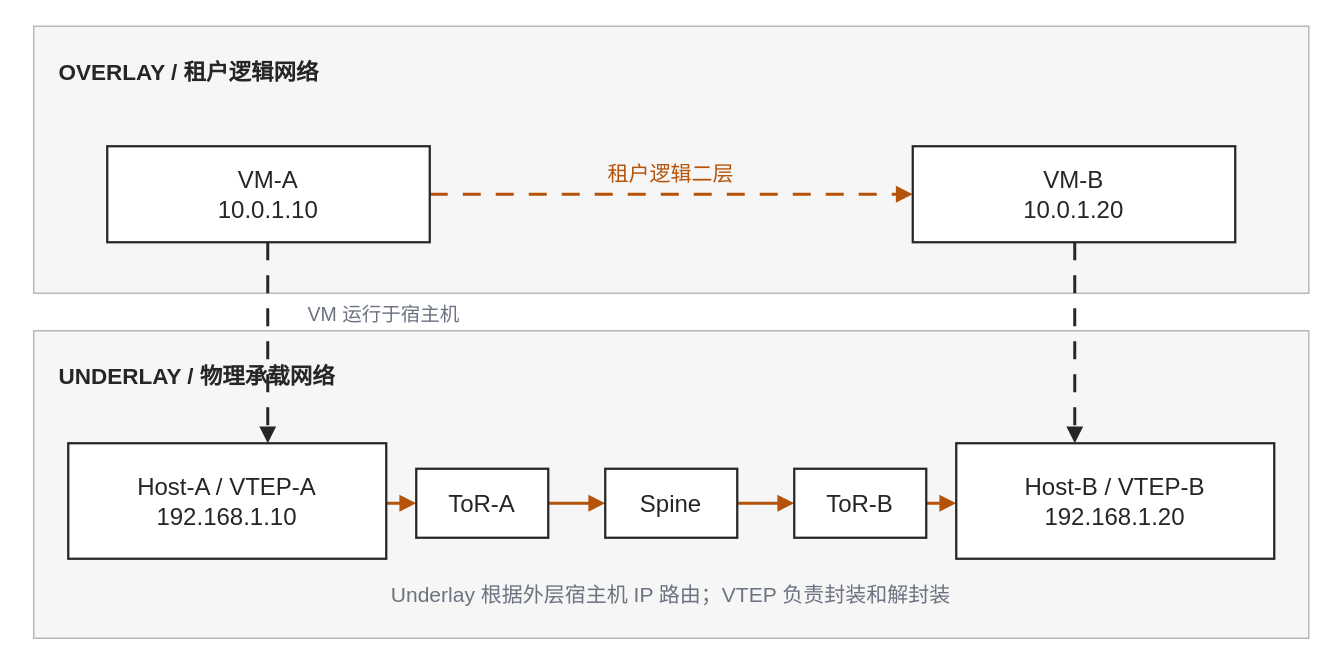
Above: diagrams/overlay-underlay.drawio in cafebeef1/cafebeef1.github.io (draw.io), before the change. Source tidied: cells renumbered, new cells numbered last; positions are measured from the earlier drawing's top-left corner, leaving out a move shared by most shapes. Both pictures are drawn from the tidied source at 150%, with x=0, y=0 at pixel (33, 26).
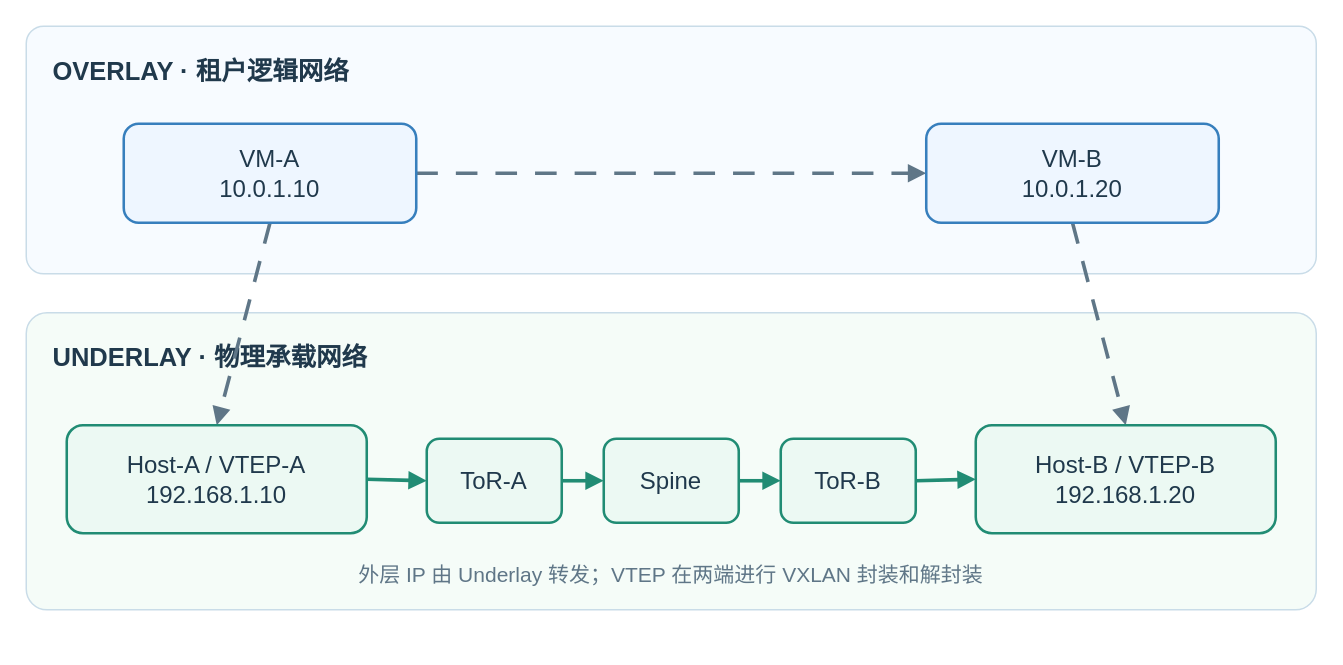
After the change.

Change to the diagram source:
```diff
@@
-    <mxCell id="2" value="OVERLAY  /  租户逻辑网络" style="rounded=0;whiteSpace=wrap;html=0;fillColor=#f6f6f6;strokeColor=#b8b8b8;strokeWidth=1;align=left;verticalAlign=top;spacingTop=15;spacingLeft=15;fontStyle=1;fontSize=15;fontColor=#262626;" parent="1" vertex="1">
-      <mxGeometry width="850" height="178" as="geometry" />
+    <mxCell id="2" value="OVERLAY · 租户逻辑网络" style="rounded=1;arcSize=7;whiteSpace=wrap;fillColor=#f7fbff;strokeColor=#c9dce8;fontSize=17;fontStyle=1;fontColor=#20394c;verticalAlign=top;align=left;spacingTop=14;spacingLeft=16;strokeWidth=1;" parent="1" vertex="1">
+      <mxGeometry x="-5" width="860" height="165" as="geometry" />
     </mxCell>
-    <mxCell id="3" value="UNDERLAY  /  物理承载网络" style="rounded=0;whiteSpace=wrap;html=0;fillColor=#f6f6f6;strokeColor=#b8b8b8;strokeWidth=1;align=left;verticalAlign=top;spacingTop=15;spacingLeft=15;fontStyle=1;fontSize=15;fontColor=#262626;" parent="1" vertex="1">
-      <mxGeometry y="203" width="850" height="205" as="geometry" />
+    <mxCell id="3" value="UNDERLAY · 物理承载网络" style="rounded=1;arcSize=7;whiteSpace=wrap;fillColor=#f5fcf8;strokeColor=#c9dce8;fontSize=17;fontStyle=1;fontColor=#20394c;verticalAlign=top;align=left;spacingTop=14;spacingLeft=16;strokeWidth=1;" parent="1" vertex="1">
+      <mxGeometry x="-5" y="191" width="860" height="198" as="geometry" />
     </mxCell>
-    <mxCell id="4" style="edgeStyle=none;html=0;rounded=0;strokeColor=#b45309;strokeWidth=2;dashed=1;dashPattern=6 5;endArrow=block;endFill=1;" parent="1" edge="1">
+    <mxCell id="4" style="edgeStyle=none;rounded=1;html=0;strokeColor=#5f7687;strokeWidth=2.4;dashed=1;dashPattern=6 5;endArrow=block;endFill=1;" parent="1" edge="1">
       <mxGeometry relative="1" as="geometry">
-        <mxPoint x="264" y="112" as="sourcePoint" />
-        <mxPoint x="586" y="112" as="targetPoint" />
+        <mxPoint x="255" y="98" as="sourcePoint" />
+        <mxPoint x="595" y="98" as="targetPoint" />
       </mxGeometry>
     </mxCell>
-    <mxCell id="5" style="edgeStyle=none;html=0;rounded=0;strokeColor=#262626;strokeWidth=2;dashed=1;dashPattern=6 5;endArrow=block;endFill=1;" parent="1" edge="1">
+    <mxCell id="5" style="edgeStyle=none;rounded=1;html=0;strokeColor=#5f7687;strokeWidth=2.4;dashed=1;dashPattern=6 5;endArrow=block;endFill=1;" parent="1" edge="1">
       <mxGeometry relative="1" as="geometry">
-        <mxPoint x="156" y="144" as="sourcePoint" />
-        <mxPoint x="156" y="278" as="targetPoint" />
+        <mxPoint x="157.5" y="131" as="sourcePoint" />
+        <mxPoint x="122" y="266" as="targetPoint" />
       </mxGeometry>
     </mxCell>
-    <mxCell id="6" style="edgeStyle=none;html=0;rounded=0;strokeColor=#262626;strokeWidth=2;dashed=1;dashPattern=6 5;endArrow=block;endFill=1;" parent="1" edge="1">
+    <mxCell id="6" style="edgeStyle=none;rounded=1;html=0;strokeColor=#5f7687;strokeWidth=2.4;dashed=1;dashPattern=6 5;endArrow=block;endFill=1;" parent="1" edge="1">
       <mxGeometry relative="1" as="geometry">
-        <mxPoint x="694" y="144" as="sourcePoint" />
-        <mxPoint x="694" y="278" as="targetPoint" />
+        <mxPoint x="692.5" y="131" as="sourcePoint" />
+        <mxPoint x="728" y="266" as="targetPoint" />
       </mxGeometry>
     </mxCell>
-    <mxCell id="7" style="edgeStyle=none;html=0;rounded=0;strokeColor=#b45309;strokeWidth=2;endArrow=block;endFill=1;" parent="1" edge="1">
+    <mxCell id="7" style="edgeStyle=none;rounded=1;html=0;strokeColor=#218c74;strokeWidth=2.4;endArrow=block;endFill=1;" parent="1" edge="1">
       <mxGeometry relative="1" as="geometry">
-        <mxPoint x="235" y="318" as="sourcePoint" />
-        <mxPoint x="255" y="318" as="targetPoint" />
+        <mxPoint x="222" y="302" as="sourcePoint" />
+        <mxPoint x="262" y="303" as="targetPoint" />
       </mxGeometry>
     </mxCell>
-    <mxCell id="8" style="edgeStyle=none;html=0;rounded=0;strokeColor=#b45309;strokeWidth=2;endArrow=block;endFill=1;" parent="1" edge="1">
+    <mxCell id="8" style="edgeStyle=none;rounded=1;html=0;strokeColor=#218c74;strokeWidth=2.4;endArrow=block;endFill=1;" parent="1" edge="1">
       <mxGeometry relative="1" as="geometry">
-        <mxPoint x="343" y="318" as="sourcePoint" />
-        <mxPoint x="381" y="318" as="targetPoint" />
+        <mxPoint x="352" y="303" as="sourcePoint" />
+        <mxPoint x="380" y="303" as="targetPoint" />
       </mxGeometry>
     </mxCell>
-    <mxCell id="9" style="edgeStyle=none;html=0;rounded=0;strokeColor=#b45309;strokeWidth=2;endArrow=block;endFill=1;" parent="1" edge="1">
+    <mxCell id="9" style="edgeStyle=none;rounded=1;html=0;strokeColor=#218c74;strokeWidth=2.4;endArrow=block;endFill=1;" parent="1" edge="1">
       <mxGeometry relative="1" as="geometry">
-        <mxPoint x="469" y="318" as="sourcePoint" />
-        <mxPoint x="507" y="318" as="targetPoint" />
+        <mxPoint x="470" y="303" as="sourcePoint" />
+        <mxPoint x="498" y="303" as="targetPoint" />
       </mxGeometry>
     </mxCell>
-    <mxCell id="10" style="edgeStyle=none;html=0;rounded=0;strokeColor=#b45309;strokeWidth=2;endArrow=block;endFill=1;" parent="1" edge="1">
+    <mxCell id="10" style="edgeStyle=none;rounded=1;html=0;strokeColor=#218c74;strokeWidth=2.4;endArrow=block;endFill=1;" parent="1" edge="1">
       <mxGeometry relative="1" as="geometry">
-        <mxPoint x="595" y="318" as="sourcePoint" />
-        <mxPoint x="615" y="318" as="targetPoint" />
+        <mxPoint x="588" y="303" as="sourcePoint" />
+        <mxPoint x="628" y="302" as="targetPoint" />
       </mxGeometry>
     </mxCell>
-    <mxCell id="11" value="VM-A&#10;10.0.1.10" style="rounded=0;whiteSpace=wrap;html=0;fillColor=#fff;strokeColor=#262626;strokeWidth=1.5;fontSize=16;fontColor=#262626;align=center;verticalAlign=middle;spacing=5;" parent="1" vertex="1">
-      <mxGeometry x="49" y="80" width="215" height="64" as="geometry" />
+    <mxCell id="11" value="VM-A&#10;10.0.1.10" style="rounded=1;arcSize=15;whiteSpace=wrap;html=0;fillColor=#eef6ff;strokeColor=#377fbd;strokeWidth=1.7;fontSize=16;fontColor=#20394c;align=center;verticalAlign=middle;spacing=5;" parent="1" vertex="1">
+      <mxGeometry x="60" y="65" width="195" height="66" as="geometry" />
     </mxCell>
-    <mxCell id="12" value="VM-B&#10;10.0.1.20" style="rounded=0;whiteSpace=wrap;html=0;fillColor=#fff;strokeColor=#262626;strokeWidth=1.5;fontSize=16;fontColor=#262626;align=center;verticalAlign=middle;spacing=5;" parent="1" vertex="1">
-      <mxGeometry x="586" y="80" width="215" height="64" as="geometry" />
+    <mxCell id="12" value="VM-B&#10;10.0.1.20" style="rounded=1;arcSize=15;whiteSpace=wrap;html=0;fillColor=#eef6ff;strokeColor=#377fbd;strokeWidth=1.7;fontSize=16;fontColor=#20394c;align=center;verticalAlign=middle;spacing=5;" parent="1" vertex="1">
+      <mxGeometry x="595" y="65" width="195" height="66" as="geometry" />
     </mxCell>
-    <mxCell id="13" value="Host-A / VTEP-A&#10;192.168.1.10" style="rounded=0;whiteSpace=wrap;html=0;fillColor=#fff;strokeColor=#262626;strokeWidth=1.5;fontSize=16;fontColor=#262626;align=center;verticalAlign=middle;spacing=5;" parent="1" vertex="1">
-      <mxGeometry x="23" y="278" width="212" height="77" as="geometry" />
+    <mxCell id="13" value="Host-A / VTEP-A&#10;192.168.1.10" style="rounded=1;arcSize=15;whiteSpace=wrap;html=0;fillColor=#ecf9f3;strokeColor=#218c74;strokeWidth=1.7;fontSize=16;fontColor=#20394c;align=center;verticalAlign=middle;spacing=5;" parent="1" vertex="1">
+      <mxGeometry x="22" y="266" width="200" height="72" as="geometry" />
     </mxCell>
-    <mxCell id="14" value="Host-B / VTEP-B&#10;192.168.1.20" style="rounded=0;whiteSpace=wrap;html=0;fillColor=#fff;strokeColor=#262626;strokeWidth=1.5;fontSize=16;fontColor=#262626;align=center;verticalAlign=middle;spacing=5;" parent="1" vertex="1">
-      <mxGeometry x="615" y="278" width="212" height="77" as="geometry" />
+    <mxCell id="14" value="ToR-A" style="rounded=1;arcSize=15;whiteSpace=wrap;html=0;fillColor=#ecf9f3;strokeColor=#218c74;strokeWidth=1.7;fontSize=16;fontColor=#20394c;align=center;verticalAlign=middle;spacing=5;" parent="1" vertex="1">
+      <mxGeometry x="262" y="275" width="90" height="56" as="geometry" />
     </mxCell>
-    <mxCell id="15" value="ToR-A" style="rounded=0;whiteSpace=wrap;html=0;fillColor=#fff;strokeColor=#262626;strokeWidth=1.5;fontSize=16;fontColor=#262626;align=center;verticalAlign=middle;spacing=5;" parent="1" vertex="1">
-      <mxGeometry x="255" y="295" width="88" height="46" as="geometry" />
+    <mxCell id="15" value="Spine" style="rounded=1;arcSize=15;whiteSpace=wrap;html=0;fillColor=#ecf9f3;strokeColor=#218c74;strokeWidth=1.7;fontSize=16;fontColor=#20394c;align=center;verticalAlign=middle;spacing=5;" parent="1" vertex="1">
+      <mxGeometry x="380" y="275" width="90" height="56" as="geometry" />
     </mxCell>
-    <mxCell id="16" value="Spine" style="rounded=0;whiteSpace=wrap;html=0;fillColor=#fff;strokeColor=#262626;strokeWidth=1.5;fontSize=16;fontColor=#262626;align=center;verticalAlign=middle;spacing=5;" parent="1" vertex="1">
-      <mxGeometry x="381" y="295" width="88" height="46" as="geometry" />
+    <mxCell id="16" value="ToR-B" style="rounded=1;arcSize=15;whiteSpace=wrap;html=0;fillColor=#ecf9f3;strokeColor=#218c74;strokeWidth=1.7;fontSize=16;fontColor=#20394c;align=center;verticalAlign=middle;spacing=5;" parent="1" vertex="1">
+      <mxGeometry x="498" y="275" width="90" height="56" as="geometry" />
     </mxCell>
-    <mxCell id="17" value="ToR-B" style="rounded=0;whiteSpace=wrap;html=0;fillColor=#fff;strokeColor=#262626;strokeWidth=1.5;fontSize=16;fontColor=#262626;align=center;verticalAlign=middle;spacing=5;" parent="1" vertex="1">
-      <mxGeometry x="507" y="295" width="88" height="46" as="geometry" />
+    <mxCell id="17" value="Host-B / VTEP-B&#10;192.168.1.20" style="rounded=1;arcSize=15;whiteSpace=wrap;html=0;fillColor=#ecf9f3;strokeColor=#218c74;strokeWidth=1.7;fontSize=16;fontColor=#20394c;align=center;verticalAlign=middle;spacing=5;" parent="1" vertex="1">
+      <mxGeometry x="628" y="266" width="200" height="72" as="geometry" />
     </mxCell>
-    <mxCell id="18" value="租户逻辑二层" style="text;html=0;strokeColor=none;fillColor=none;align=center;verticalAlign=middle;fontColor=#b45309;fontSize=14;" parent="1" vertex="1">
-      <mxGeometry x="195" y="84" width="460" height="27" as="geometry" />
+    <mxCell id="18" value="外层 IP 由 Underlay 转发；VTEP 在两端进行 VXLAN 封装和解封装" style="text;html=0;whiteSpace=wrap;fillColor=none;strokeColor=none;fontColor=#5f7687;fontSize=14;align=center;verticalAlign=middle;" parent="1" vertex="1">
+      <mxGeometry x="5" y="352" width="840" height="28" as="geometry" />
     </mxCell>
-    <mxCell id="19" value="VM 运行于宿主机" style="text;html=0;strokeColor=none;fillColor=none;align=left;verticalAlign=middle;fontColor=#6b7280;fontSize=13;" parent="1" vertex="1">
-      <mxGeometry x="181" y="178" width="460" height="27" as="geometry" />
-    </mxCell>
-    <mxCell id="20" value="Underlay 根据外层宿主机 IP 路由；VTEP 负责封装和解封装" style="text;html=0;strokeColor=none;fillColor=none;align=center;verticalAlign=middle;fontColor=#6b7280;fontSize=14;" parent="1" vertex="1">
-      <mxGeometry x="195" y="365" width="460" height="27" as="geometry" />
-    </mxCell>
```
